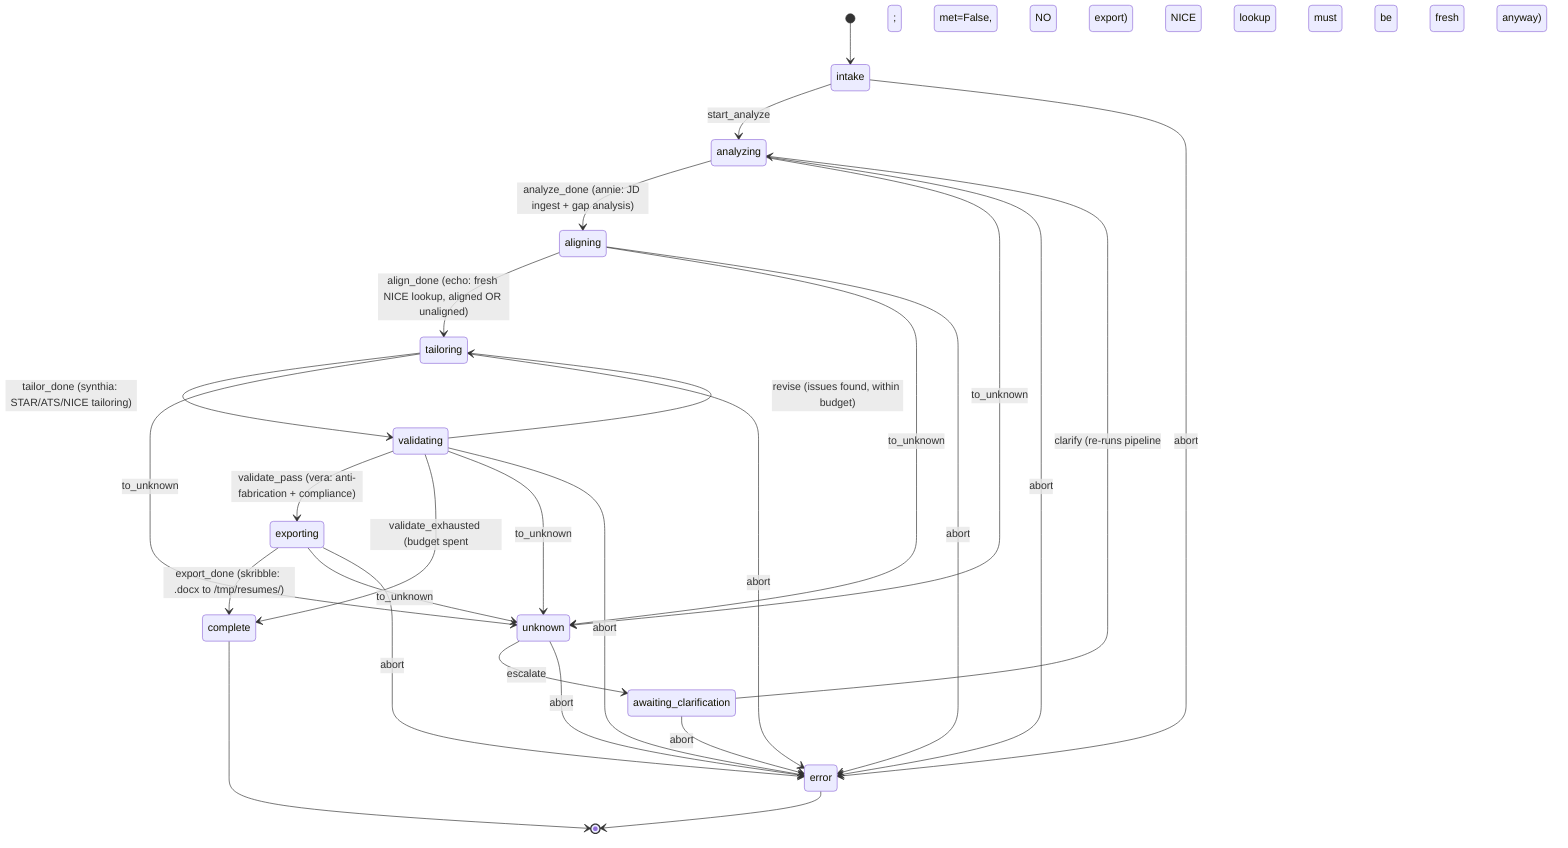
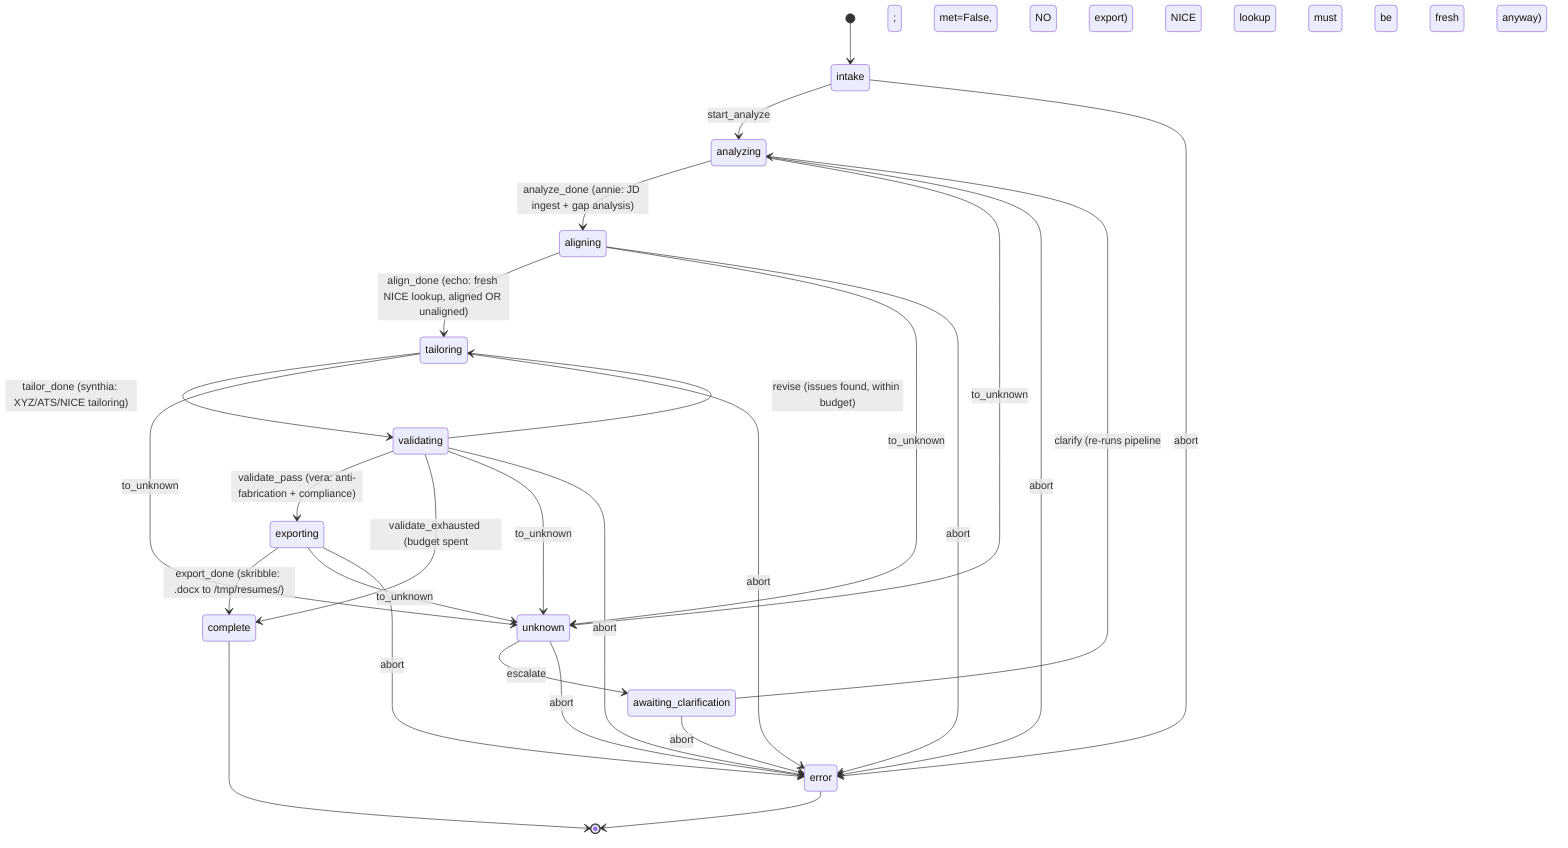
stateDiagram-v2
    [*] --> intake
    intake --> analyzing : start_analyze
    analyzing --> aligning : analyze_done (annie: JD ingest + gap analysis)
    aligning --> tailoring : align_done (echo: fresh NICE lookup, aligned OR unaligned)
-     tailoring --> validating : tailor_done (synthia: STAR/ATS/NICE tailoring)
+     tailoring --> validating : tailor_done (synthia: XYZ/ATS/NICE tailoring)
    validating --> exporting : validate_pass (vera: anti-fabrication + compliance)
    validating --> tailoring : revise (issues found, within budget)
    validating --> complete : validate_exhausted (budget spent; met=False, NO export)
    exporting --> complete : export_done (skribble: .docx to /tmp/resumes/)

    analyzing --> unknown : to_unknown
    aligning --> unknown : to_unknown
    tailoring --> unknown : to_unknown
    validating --> unknown : to_unknown
    exporting --> unknown : to_unknown
    unknown --> awaiting_clarification : escalate
    awaiting_clarification --> analyzing : clarify (re-runs pipeline; NICE lookup must be fresh anyway)

    intake --> error : abort
    analyzing --> error : abort
    aligning --> error : abort
    tailoring --> error : abort
    validating --> error : abort
    exporting --> error : abort
    unknown --> error : abort
    awaiting_clarification --> error : abort

    complete --> [*]
    error --> [*]
